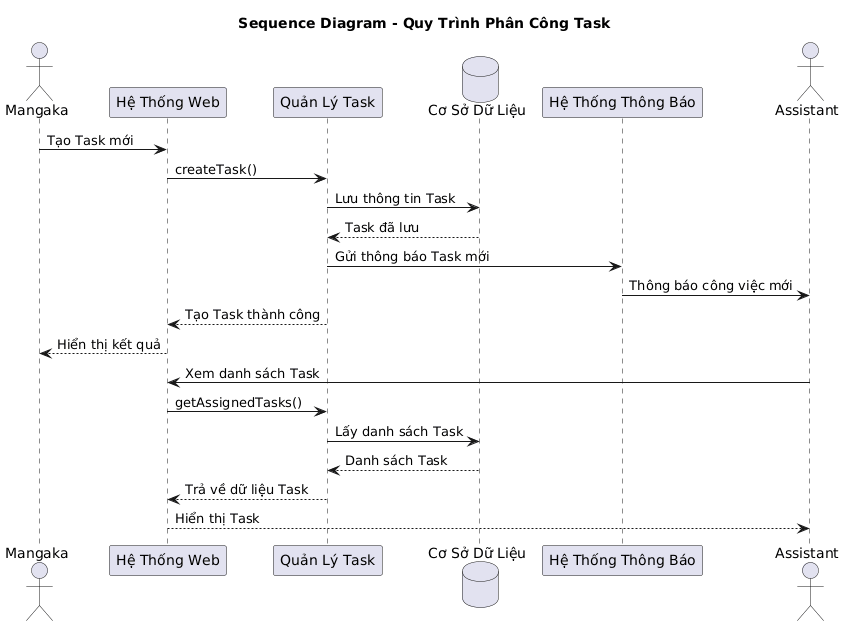
Above: assets/diagrams/Chapter3_IMAGE/sequence_diagram_manga_task_assignment.png in trongtan0079/manga-workflow-report (PlantUML), before the change.
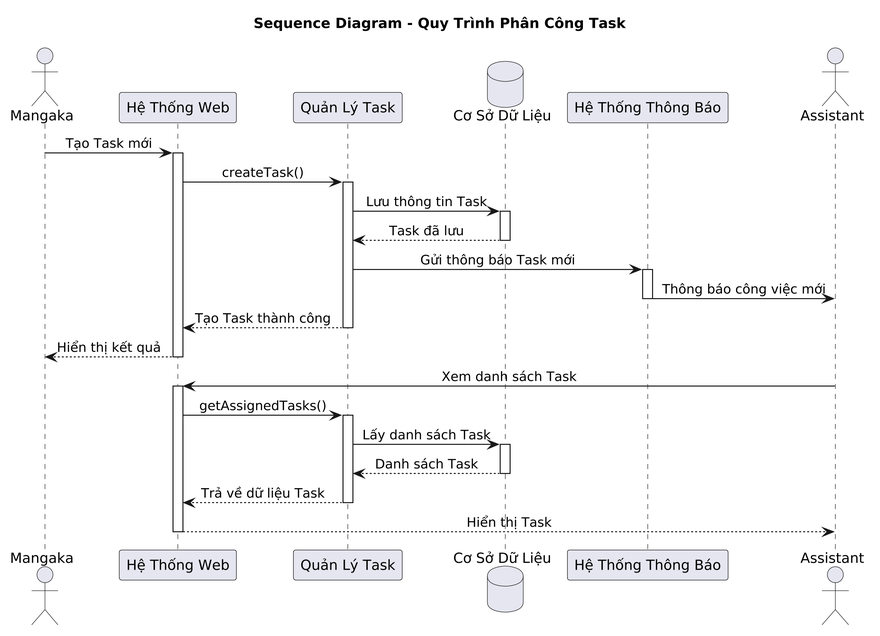
Later version of the same file.

Change to the diagram source:
```diff
@@ -1,32 +1,56 @@
 @startuml
+skinparam dpi 300
+
+skinparam Shadowing false
+skinparam ParticipantBackgroundColor #E6E6F0
+skinparam ParticipantBorderColor Black
+skinparam SequenceMessageAlign center
+
 title Sequence Diagram - Quy Trình Phân Công Task
 
 actor Mangaka
-participant "Hệ Thống Web" as System
-participant "Quản Lý Task" as Task
+participant "Hệ Thống Web" as Web
+participant "Quản Lý Task" as TaskManager
 database "Cơ Sở Dữ Liệu" as DB
-participant "Hệ Thống Thông Báo" as Notify
+participant "Hệ Thống Thông Báo" as Notification
 actor Assistant
 
-Mangaka -> System : Tạo Task mới
-System -> Task : createTask()
+Mangaka -> Web : Tạo Task mới
+activate Web
 
-Task -> DB : Lưu thông tin Task
-DB --> Task : Task đã lưu
+Web -> TaskManager : createTask()
+activate TaskManager
 
-Task -> Notify : Gửi thông báo Task mới
+TaskManager -> DB : Lưu thông tin Task
+activate DB
+DB --> TaskManager : Task đã lưu
+deactivate DB
 
-Notify -> Assistant : Thông báo công việc mới
+TaskManager -> Notification : Gửi thông báo Task mới
+activate Notification
+Notification -> Assistant : Thông báo công việc mới
+deactivate Notification
 
-Task --> System : Tạo Task thành công
-System --> Mangaka : Hiển thị kết quả
+TaskManager --> Web : Tạo Task thành công
+deactivate TaskManager
 
-Assistant -> System : Xem danh sách Task
-System -> Task : getAssignedTasks()
+Web --> Mangaka : Hiển thị kết quả
+deactivate Web
 
-Task -> DB : Lấy danh sách Task
-DB --> Task : Danh sách Task
+Assistant -> Web : Xem danh sách Task
+activate Web
 
-Task --> System : Trả về dữ liệu Task
-System --> Assistant : Hiển thị Task
+Web -> TaskManager : getAssignedTasks()
+activate TaskManager
+
+TaskManager -> DB : Lấy danh sách Task
+activate DB
+DB --> TaskManager : Danh sách Task
+deactivate DB
+
+TaskManager --> Web : Trả về dữ liệu Task
+deactivate TaskManager
+
+Web --> Assistant : Hiển thị Task
+deactivate Web
 @enduml
```
